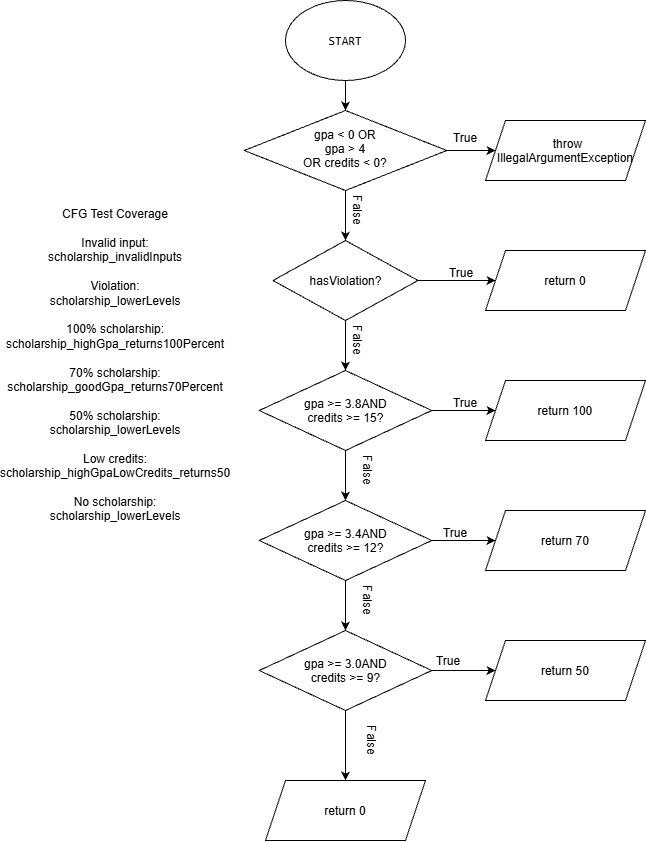
Above: cfg.png in Munkhzolboo-O/lab09-jacoco (draw.io), before the change. Source tidied: cells renumbered, new cells last; positions are measured from the earlier drawing's top-left corner, leaving out a move shared by most shapes. Its diagram source:
```xml
<mxGraphModel>
  <root>
    <mxCell id="0" />
    <mxCell id="1" parent="0" />
    <mxCell id="2" style="edgeStyle=orthogonalEdgeStyle;rounded=0;jettySize=auto;html=1;exitX=0.5;exitY=1;exitDx=0;exitDy=0;entryX=0.5;entryY=0;entryDx=0;entryDy=0;" parent="1" edge="1" source="3" target="6">
      <mxGeometry relative="1" as="geometry" />
    </mxCell>
    <mxCell id="3" value="&lt;code&gt;START&lt;/code&gt;&lt;code&gt;&lt;br&gt;&lt;/code&gt;" style="ellipse;whiteSpace=wrap;html=1;shapeInside=1;" parent="1" vertex="1">
      <mxGeometry x="200" width="120" height="80" as="geometry" />
    </mxCell>
    <mxCell id="4" style="edgeStyle=orthogonalEdgeStyle;rounded=0;jettySize=auto;html=1;exitX=0.5;exitY=1;exitDx=0;exitDy=0;entryX=0.5;entryY=0;entryDx=0;entryDy=0;" parent="1" edge="1" source="6" target="10">
      <mxGeometry relative="1" as="geometry" />
    </mxCell>
    <mxCell id="5" style="edgeStyle=orthogonalEdgeStyle;rounded=0;jettySize=auto;html=1;exitX=1;exitY=0.5;exitDx=0;exitDy=0;entryX=0;entryY=0.5;entryDx=0;entryDy=0;" parent="1" edge="1" source="6" target="7">
      <mxGeometry relative="1" as="geometry" />
    </mxCell>
    <mxCell id="6" value="&lt;div&gt;gpa &amp;lt; 0 OR gpa &amp;gt; 4&lt;/div&gt;&lt;div&gt;OR credits &amp;lt; 0?&lt;/div&gt;" style="rhombus;whiteSpace=wrap;html=1;shapeInside=1;" parent="1" vertex="1">
      <mxGeometry x="158.8" y="110" width="202.5" height="80" as="geometry" />
    </mxCell>
    <mxCell id="7" value="throw IllegalArgumentException" style="shape=parallelogram;perimeter=parallelogramPerimeter;whiteSpace=wrap;html=1;shapeInside=1;fixedSize=1;" parent="1" vertex="1">
      <mxGeometry x="400" y="120" width="160" height="60" as="geometry" />
    </mxCell>
    <mxCell id="8" style="edgeStyle=orthogonalEdgeStyle;rounded=0;jettySize=auto;html=1;exitX=1;exitY=0.5;exitDx=0;exitDy=0;entryX=0;entryY=0.5;entryDx=0;entryDy=0;" parent="1" edge="1" source="10" target="11">
      <mxGeometry relative="1" as="geometry" />
    </mxCell>
    <mxCell id="9" style="edgeStyle=orthogonalEdgeStyle;rounded=0;jettySize=auto;html=1;exitX=0.5;exitY=1;exitDx=0;exitDy=0;entryX=0.5;entryY=0;entryDx=0;entryDy=0;" parent="1" edge="1" source="10" target="14">
      <mxGeometry relative="1" as="geometry" />
    </mxCell>
    <mxCell id="10" value="hasViolation?" style="rhombus;whiteSpace=wrap;html=1;shapeInside=1;" parent="1" vertex="1">
      <mxGeometry x="187.5" y="240" width="145" height="80" as="geometry" />
    </mxCell>
    <mxCell id="11" value="return 0&lt;div&gt;&lt;br/&gt;&lt;/div&gt;" style="shape=parallelogram;perimeter=parallelogramPerimeter;whiteSpace=wrap;html=1;shapeInside=1;fixedSize=1;" parent="1" vertex="1">
      <mxGeometry x="400" y="250" width="160" height="60" as="geometry" />
    </mxCell>
    <mxCell id="12" style="edgeStyle=orthogonalEdgeStyle;rounded=0;jettySize=auto;html=1;exitX=1;exitY=0.5;exitDx=0;exitDy=0;entryX=0;entryY=0.5;entryDx=0;entryDy=0;" parent="1" edge="1" source="14" target="15">
      <mxGeometry relative="1" as="geometry" />
    </mxCell>
    <mxCell id="13" style="edgeStyle=orthogonalEdgeStyle;rounded=0;jettySize=auto;html=1;exitX=0.5;exitY=1;exitDx=0;exitDy=0;entryX=0.5;entryY=0;entryDx=0;entryDy=0;" parent="1" edge="1" source="14" target="18">
      <mxGeometry relative="1" as="geometry" />
    </mxCell>
    <mxCell id="14" value="gpa &amp;gt;= 3.8AND credits &amp;gt;= 15?" style="rhombus;whiteSpace=wrap;html=1;shapeInside=1;" parent="1" vertex="1">
      <mxGeometry x="173.8" y="370" width="172.5" height="80" as="geometry" />
    </mxCell>
    <mxCell id="15" value="&lt;div style=&quot;&quot;&gt;return 100&lt;/div&gt;&lt;div style=&quot;&quot;&gt;&lt;br&gt;&lt;/div&gt;" style="shape=parallelogram;perimeter=parallelogramPerimeter;whiteSpace=wrap;html=1;shapeInside=1;fixedSize=1;" parent="1" vertex="1">
      <mxGeometry x="400" y="380" width="160" height="60" as="geometry" />
    </mxCell>
    <mxCell id="16" style="edgeStyle=orthogonalEdgeStyle;rounded=0;jettySize=auto;html=1;exitX=1;exitY=0.5;exitDx=0;exitDy=0;entryX=0;entryY=0.5;entryDx=0;entryDy=0;" parent="1" edge="1" source="18" target="19">
      <mxGeometry relative="1" as="geometry" />
    </mxCell>
    <mxCell id="17" style="edgeStyle=orthogonalEdgeStyle;rounded=0;jettySize=auto;html=1;exitX=0.5;exitY=1;exitDx=0;exitDy=0;entryX=0.5;entryY=0;entryDx=0;entryDy=0;" parent="1" edge="1" source="18" target="22">
      <mxGeometry relative="1" as="geometry" />
    </mxCell>
    <mxCell id="18" value="gpa &amp;gt;= 3.4AND credits &amp;gt;= 12?" style="rhombus;whiteSpace=wrap;html=1;shapeInside=1;" parent="1" vertex="1">
      <mxGeometry x="173.8" y="500" width="172.5" height="80" as="geometry" />
    </mxCell>
    <mxCell id="19" value="&lt;div style=&quot;&quot;&gt;return 70&lt;/div&gt;&lt;div style=&quot;&quot;&gt;&lt;br&gt;&lt;/div&gt;" style="shape=parallelogram;perimeter=parallelogramPerimeter;whiteSpace=wrap;html=1;shapeInside=1;fixedSize=1;" parent="1" vertex="1">
      <mxGeometry x="400" y="510" width="160" height="60" as="geometry" />
    </mxCell>
    <mxCell id="20" style="edgeStyle=orthogonalEdgeStyle;rounded=0;jettySize=auto;html=1;exitX=1;exitY=0.5;exitDx=0;exitDy=0;entryX=0;entryY=0.5;entryDx=0;entryDy=0;" parent="1" edge="1" source="22" target="23">
      <mxGeometry relative="1" as="geometry" />
    </mxCell>
    <mxCell id="21" style="edgeStyle=orthogonalEdgeStyle;rounded=0;jettySize=auto;html=1;exitX=0.5;exitY=1;exitDx=0;exitDy=0;entryX=0.5;entryY=0;entryDx=0;entryDy=0;" parent="1" edge="1" source="22" target="24">
      <mxGeometry relative="1" as="geometry" />
    </mxCell>
    <mxCell id="22" value="gpa &amp;gt;= 3.0AND credits &amp;gt;= 9?" style="rhombus;whiteSpace=wrap;html=1;shapeInside=1;" parent="1" vertex="1">
      <mxGeometry x="173.8" y="630" width="172.5" height="80" as="geometry" />
    </mxCell>
    <mxCell id="23" value="&lt;div style=&quot;&quot;&gt;return 50&lt;/div&gt;&lt;div style=&quot;&quot;&gt;&lt;br&gt;&lt;/div&gt;" style="shape=parallelogram;perimeter=parallelogramPerimeter;whiteSpace=wrap;html=1;shapeInside=1;fixedSize=1;" parent="1" vertex="1">
      <mxGeometry x="400" y="640" width="160" height="60" as="geometry" />
    </mxCell>
    <mxCell id="24" value="&lt;div style=&quot;&quot;&gt;return 0&lt;/div&gt;&lt;div style=&quot;&quot;&gt;&lt;br&gt;&lt;/div&gt;" style="shape=parallelogram;perimeter=parallelogramPerimeter;whiteSpace=wrap;html=1;shapeInside=1;fixedSize=1;" parent="1" vertex="1">
      <mxGeometry x="180" y="780" width="160" height="60" as="geometry" />
    </mxCell>
    <mxCell id="25" value="True&lt;div&gt;&lt;br&gt;&lt;/div&gt;" style="text;html=1;whiteSpace=wrap;strokeColor=none;fillColor=none;align=center;verticalAlign=middle;rounded=0;" parent="1" vertex="1">
      <mxGeometry x="350" y="130" width="60" height="30" as="geometry" />
    </mxCell>
    <mxCell id="26" value="False&lt;div&gt;&lt;br&gt;&lt;/div&gt;" style="text;html=1;whiteSpace=wrap;strokeColor=none;fillColor=none;align=center;verticalAlign=middle;rounded=0;rotation=90;" parent="1" vertex="1">
      <mxGeometry x="235" y="195" width="60" height="30" as="geometry" />
    </mxCell>
    <mxCell id="27" value="True&lt;div&gt;&lt;br&gt;&lt;/div&gt;" style="text;html=1;whiteSpace=wrap;strokeColor=none;fillColor=none;align=center;verticalAlign=middle;rounded=0;" parent="1" vertex="1">
      <mxGeometry x="346.2" y="265" width="60" height="30" as="geometry" />
    </mxCell>
    <mxCell id="28" value="True&lt;div&gt;&lt;br&gt;&lt;/div&gt;" style="text;html=1;whiteSpace=wrap;strokeColor=none;fillColor=none;align=center;verticalAlign=middle;rounded=0;" parent="1" vertex="1">
      <mxGeometry x="350" y="395" width="60" height="30" as="geometry" />
    </mxCell>
    <mxCell id="29" value="True&lt;div&gt;&lt;br&gt;&lt;/div&gt;" style="text;html=1;whiteSpace=wrap;strokeColor=none;fillColor=none;align=center;verticalAlign=middle;rounded=0;" parent="1" vertex="1">
      <mxGeometry x="340" y="525" width="60" height="30" as="geometry" />
    </mxCell>
    <mxCell id="30" value="True&lt;div&gt;&lt;br&gt;&lt;/div&gt;" style="text;html=1;whiteSpace=wrap;strokeColor=none;fillColor=none;align=center;verticalAlign=middle;rounded=0;" parent="1" vertex="1">
      <mxGeometry x="332.5" y="653" width="60" height="30" as="geometry" />
    </mxCell>
    <mxCell id="31" value="False&lt;div&gt;&lt;br&gt;&lt;/div&gt;" style="text;html=1;whiteSpace=wrap;strokeColor=none;fillColor=none;align=center;verticalAlign=middle;rounded=0;rotation=90;" parent="1" vertex="1">
      <mxGeometry x="235" y="325" width="60" height="30" as="geometry" />
    </mxCell>
    <mxCell id="32" value="False&lt;div&gt;&lt;br&gt;&lt;/div&gt;" style="text;html=1;whiteSpace=wrap;strokeColor=none;fillColor=none;align=center;verticalAlign=middle;rounded=0;rotation=90;" parent="1" vertex="1">
      <mxGeometry x="245" y="455" width="60" height="30" as="geometry" />
    </mxCell>
    <mxCell id="33" value="False&lt;div&gt;&lt;br&gt;&lt;/div&gt;" style="text;html=1;whiteSpace=wrap;strokeColor=none;fillColor=none;align=center;verticalAlign=middle;rounded=0;rotation=90;" parent="1" vertex="1">
      <mxGeometry x="245" y="585" width="60" height="30" as="geometry" />
    </mxCell>
    <mxCell id="34" value="False&lt;div&gt;&lt;br&gt;&lt;/div&gt;" style="text;html=1;whiteSpace=wrap;strokeColor=none;fillColor=none;align=center;verticalAlign=middle;rounded=0;rotation=90;" parent="1" vertex="1">
      <mxGeometry x="249" y="725" width="60" height="30" as="geometry" />
    </mxCell>
    <mxCell id="35" value="&lt;div&gt;CFG Test Coverage&lt;/div&gt;&lt;div&gt;&lt;br&gt;&lt;/div&gt;&lt;div&gt;Invalid input:&lt;/div&gt;&lt;div&gt;scholarship_invalidInputs&lt;/div&gt;&lt;div&gt;&lt;br&gt;&lt;/div&gt;&lt;div&gt;Violation:&lt;/div&gt;&lt;div&gt;scholarship_lowerLevels&lt;/div&gt;&lt;div&gt;&lt;br&gt;&lt;/div&gt;&lt;div&gt;100% scholarship:&lt;/div&gt;&lt;div&gt;scholarship_highGpa_returns100Percent&lt;/div&gt;&lt;div&gt;&lt;br&gt;&lt;/div&gt;&lt;div&gt;70% scholarship:&lt;/div&gt;&lt;div&gt;scholarship_goodGpa_returns70Percent&lt;/div&gt;&lt;div&gt;&lt;br&gt;&lt;/div&gt;&lt;div&gt;50% scholarship:&lt;/div&gt;&lt;div&gt;scholarship_lowerLevels&lt;/div&gt;&lt;div&gt;&lt;br&gt;&lt;/div&gt;&lt;div&gt;Low credits:&lt;/div&gt;&lt;div&gt;scholarship_highGpaLowCredits_returns50&lt;/div&gt;&lt;div&gt;&lt;br&gt;&lt;/div&gt;&lt;div&gt;No scholarship:&lt;/div&gt;&lt;div&gt;scholarship_lowerLevels&lt;/div&gt;" style="text;html=1;whiteSpace=wrap;strokeColor=none;fillColor=none;align=center;verticalAlign=middle;rounded=0;" parent="1" vertex="1">
      <mxGeometry y="350" width="60" height="30" as="geometry" />
    </mxCell>
  </root>
</mxGraphModel>
```
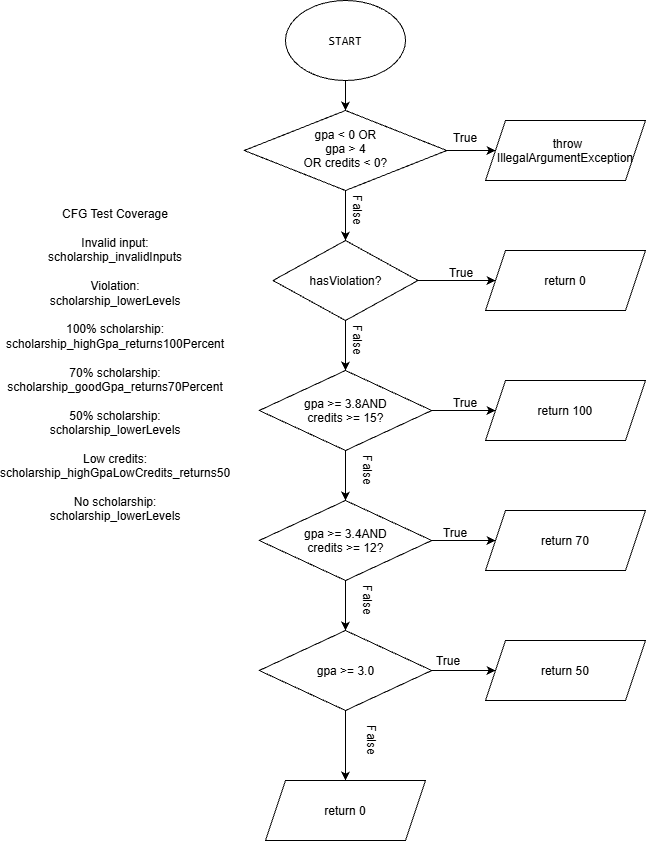
After the commit.

Commit message:
Fix CFG scholarship condition to match Java code

Diff of the diagram source:
```diff
@@ -62,7 +62,7 @@
     <mxCell id="21" style="edgeStyle=orthogonalEdgeStyle;rounded=0;jettySize=auto;html=1;exitX=0.5;exitY=1;exitDx=0;exitDy=0;entryX=0.5;entryY=0;entryDx=0;entryDy=0;" parent="1" edge="1" source="22" target="24">
       <mxGeometry relative="1" as="geometry" />
     </mxCell>
-    <mxCell id="22" value="gpa &amp;gt;= 3.0AND credits &amp;gt;= 9?" style="rhombus;whiteSpace=wrap;html=1;shapeInside=1;" parent="1" vertex="1">
+    <mxCell id="22" value="gpa &amp;gt;= 3.0&lt;div&gt;&lt;br&gt;&lt;/div&gt;" style="rhombus;whiteSpace=wrap;html=1;shapeInside=1;" parent="1" vertex="1">
       <mxGeometry x="173.8" y="630" width="172.5" height="80" as="geometry" />
     </mxCell>
     <mxCell id="23" value="&lt;div style=&quot;&quot;&gt;return 50&lt;/div&gt;&lt;div style=&quot;&quot;&gt;&lt;br&gt;&lt;/div&gt;" style="shape=parallelogram;perimeter=parallelogramPerimeter;whiteSpace=wrap;html=1;shapeInside=1;fixedSize=1;" parent="1" vertex="1">
```
